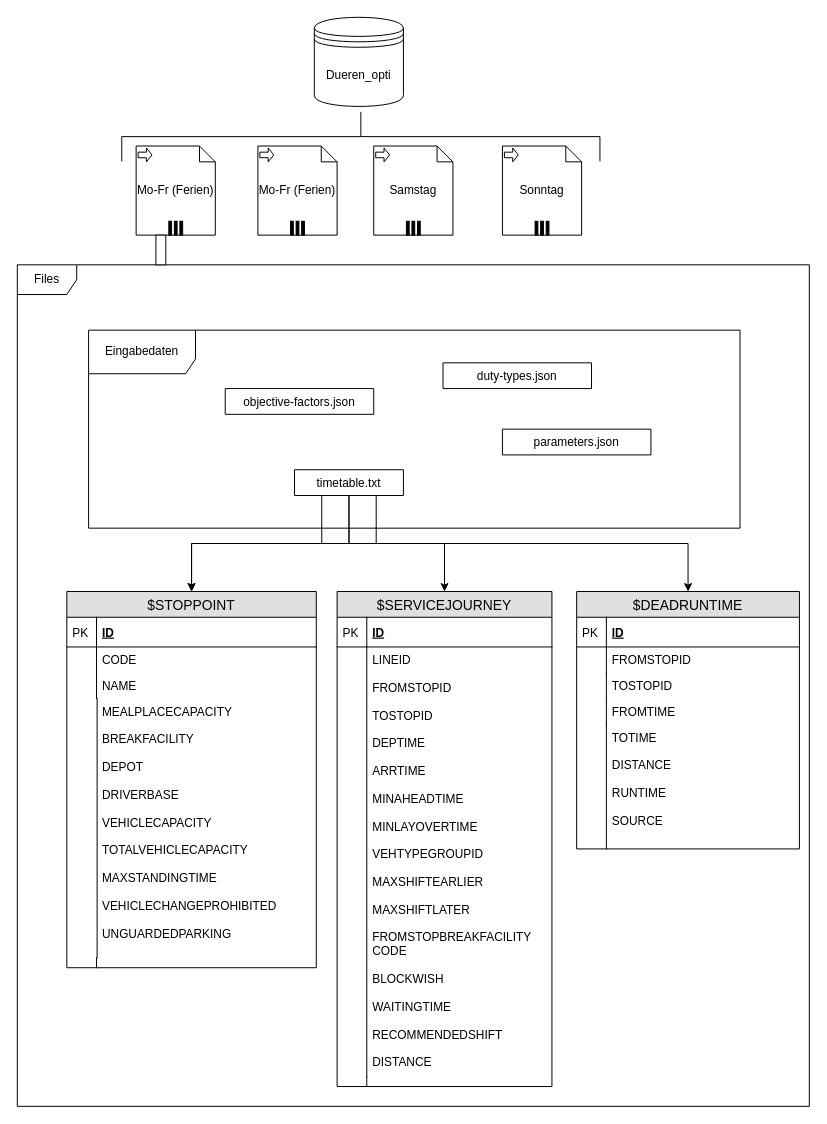
Earlier version of the draw.io diagram Untitled Diagram.drawio (Clausi007/uml-diagrams). Source tidied: cells renumbered, new cells numbered last; positions are measured from the earlier drawing's top-left corner, leaving out a move shared by most shapes. Both pictures are drawn from the tidied source at 99%, with x=0, y=0 at pixel (17, -103).
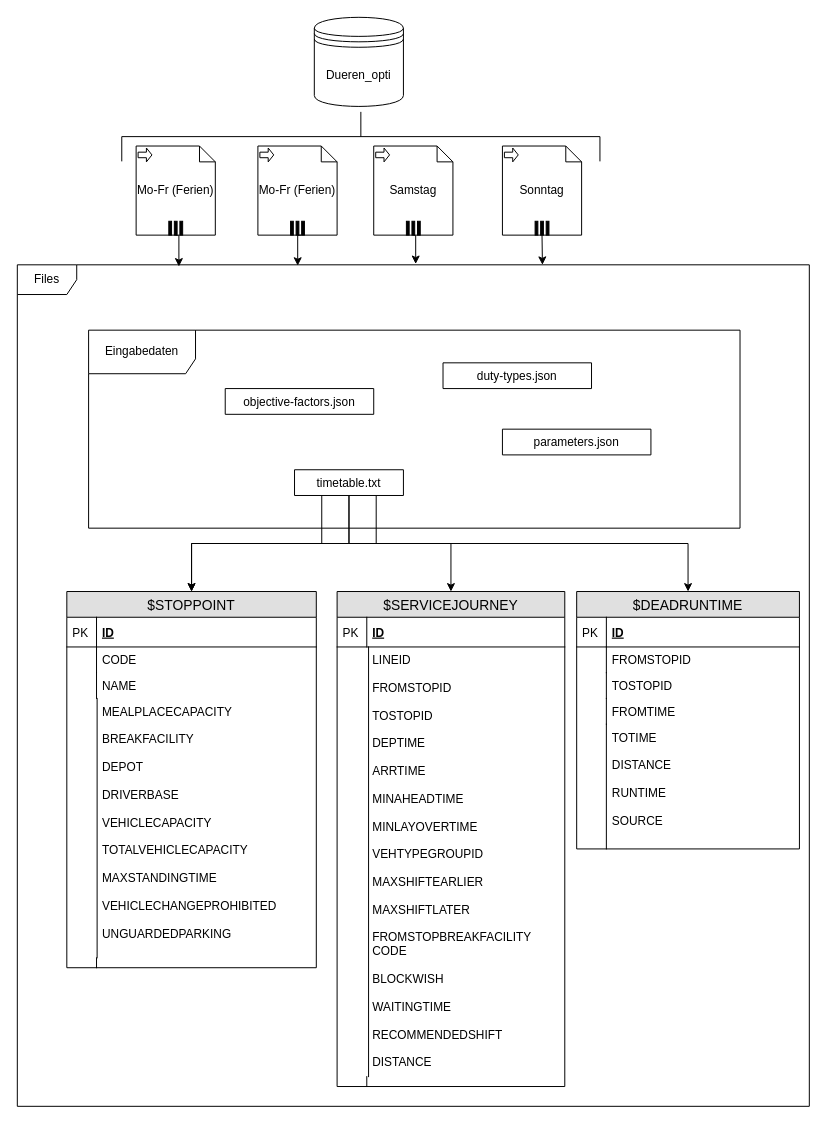
Above is the later version.

The change refers to these unchanged cells:
```xml
<mxCell id="3" value="Files" style="shape=umlFrame;whiteSpace=wrap;html=1;" parent="1" vertex="1">
  <mxGeometry y="371" width="800" height="850" as="geometry" />
</mxCell>
<mxCell id="5" value="Mo-Fr (Ferien)" style="shape=note;whiteSpace=wrap;size=16;html=1;" parent="1" vertex="1">
  <mxGeometry x="120" y="251" width="80" height="90" as="geometry" />
</mxCell>
<mxCell id="10" value="Mo-Fr (Ferien)" style="shape=note;whiteSpace=wrap;size=16;html=1;" parent="1" vertex="1">
  <mxGeometry x="243" y="251" width="80" height="90" as="geometry" />
</mxCell>
<mxCell id="12" style="html=1;whiteSpace=wrap;shape=parallelMarker;outlineConnect=0;" parent="10" vertex="1">
  <mxGeometry x="0.5" y="1" width="14" height="14" relative="1" as="geometry">
    <mxPoint x="-7" y="-14" as="offset" />
  </mxGeometry>
</mxCell>
<mxCell id="13" value="Samstag" style="shape=note;whiteSpace=wrap;size=16;html=1;" parent="1" vertex="1">
  <mxGeometry x="360" y="251" width="80" height="90" as="geometry" />
</mxCell>
<mxCell id="16" value="Sonntag" style="shape=note;whiteSpace=wrap;size=16;html=1;" parent="1" vertex="1">
  <mxGeometry x="490" y="251" width="80" height="90" as="geometry" />
</mxCell>
<mxCell id="18" style="html=1;whiteSpace=wrap;shape=parallelMarker;outlineConnect=0;" parent="16" vertex="1">
  <mxGeometry x="0.5" y="1" width="14" height="14" relative="1" as="geometry">
    <mxPoint x="-7" y="-14" as="offset" />
  </mxGeometry>
</mxCell>
```

Diff of the diagram source:
```diff
@@
+    <mxCell id="56" style="edgeStyle=orthogonalEdgeStyle;rounded=0;jettySize=auto;html=1;exitX=0.5;exitY=1;exitDx=0;exitDy=0;exitPerimeter=0;entryX=0.204;entryY=0.002;entryDx=0;entryDy=0;entryPerimeter=0;fontColor=#000000;" parent="1" edge="1" source="5" target="3">
+      <mxGeometry relative="1" as="geometry" />
+    </mxCell>
@@
+    <mxCell id="57" style="edgeStyle=orthogonalEdgeStyle;rounded=0;jettySize=auto;html=1;exitX=0.75;exitY=1;exitDx=0;exitDy=0;entryX=0.354;entryY=0.001;entryDx=0;entryDy=0;entryPerimeter=0;fontColor=#000000;" parent="10" edge="1" source="12" target="3">
+      <mxGeometry relative="1" as="geometry" />
+    </mxCell>
+    <mxCell id="58" style="edgeStyle=orthogonalEdgeStyle;rounded=0;jettySize=auto;html=1;exitX=0.5;exitY=1;exitDx=0;exitDy=0;exitPerimeter=0;entryX=0.503;entryY=-0.001;entryDx=0;entryDy=0;entryPerimeter=0;fontColor=#000000;" parent="1" edge="1" source="13" target="3">
+      <mxGeometry relative="1" as="geometry" />
+    </mxCell>
@@
-    <mxCell id="19" style="html=1;perimeter=orthogonalPerimeter;" parent="1" vertex="1">
-      <mxGeometry x="140" y="341" width="10" height="30" as="geometry" />
-    </mxCell>
+    <mxCell id="59" style="edgeStyle=orthogonalEdgeStyle;rounded=0;jettySize=auto;html=1;exitX=0.5;exitY=1;exitDx=0;exitDy=0;entryX=0.663;entryY=0;entryDx=0;entryDy=0;entryPerimeter=0;fontColor=#000000;" parent="16" edge="1" source="18" target="3">
+      <mxGeometry relative="1" as="geometry" />
+    </mxCell>
@@
     <mxCell id="38" value="$SERVICEJOURNEY" style="swimlane;fontStyle=0;horizontal=1;startSize=26;fillColor=#e0e0e0;swimlaneFillColor=#ffffff;align=center;fontSize=14;strokeColor=#000000;" parent="1" vertex="1">
-      <mxGeometry x="323" y="701" width="217" height="500" as="geometry" />
+      <mxGeometry x="323" y="701" width="230" height="500" as="geometry" />
     </mxCell>
     <mxCell id="39" value="ID" style="shape=partialRectangle;top=0;left=0;right=0;bottom=1;align=left;verticalAlign=middle;fillColor=none;spacingLeft=34;spacingRight=4;overflow=hidden;fontStyle=5;fontSize=12;" parent="38" vertex="1">
-      <mxGeometry y="26" width="217" height="30" as="geometry" />
+      <mxGeometry y="26" width="230" height="30" as="geometry" />
     </mxCell>
@@
     <mxCell id="41" value="LINEID&#10;&#10;FROMSTOPID&#10;&#10;TOSTOPID&#10;&#10;DEPTIME&#10;&#10;ARRTIME&#10;&#10;MINAHEADTIME&#10;&#10;MINLAYOVERTIME&#10;&#10;VEHTYPEGROUPID&#10;&#10;MAXSHIFTEARLIER&#10;&#10;MAXSHIFTLATER&#10;&#10;FROMSTOPBREAKFACILITY&#10;CODE&#10;&#10;BLOCKWISH&#10;&#10;WAITINGTIME&#10;&#10;RECOMMENDEDSHIFT&#10;&#10;DISTANCE&#10;&#10;&#10;&#10;&#10;&#10;&#10;&#10;" style="shape=partialRectangle;top=0;left=0;right=0;bottom=0;align=left;verticalAlign=top;fillColor=none;spacingLeft=34;spacingRight=4;overflow=hidden;fontSize=12;" parent="38" vertex="1">
-      <mxGeometry y="56" width="217" height="434" as="geometry" />
+      <mxGeometry y="56" width="230" height="434" as="geometry" />
     </mxCell>
     <mxCell id="42" style="shape=partialRectangle;top=0;left=0;bottom=0;fillColor=none;align=left;verticalAlign=top;spacingLeft=4;spacingRight=4;overflow=hidden;fontSize=12;" parent="41" vertex="1">
-      <mxGeometry width="30" height="434" as="geometry" />
+      <mxGeometry width="31.8" height="434" as="geometry" />
     </mxCell>
     <mxCell id="43" style="shape=partialRectangle;top=0;left=0;right=0;bottom=0;align=left;verticalAlign=top;fillColor=none;spacingLeft=34;spacingRight=4;overflow=hidden;fontSize=12;" parent="38" vertex="1">
-      <mxGeometry y="490" width="217" height="10" as="geometry" />
+      <mxGeometry y="490" width="230" height="10" as="geometry" />
     </mxCell>
```
